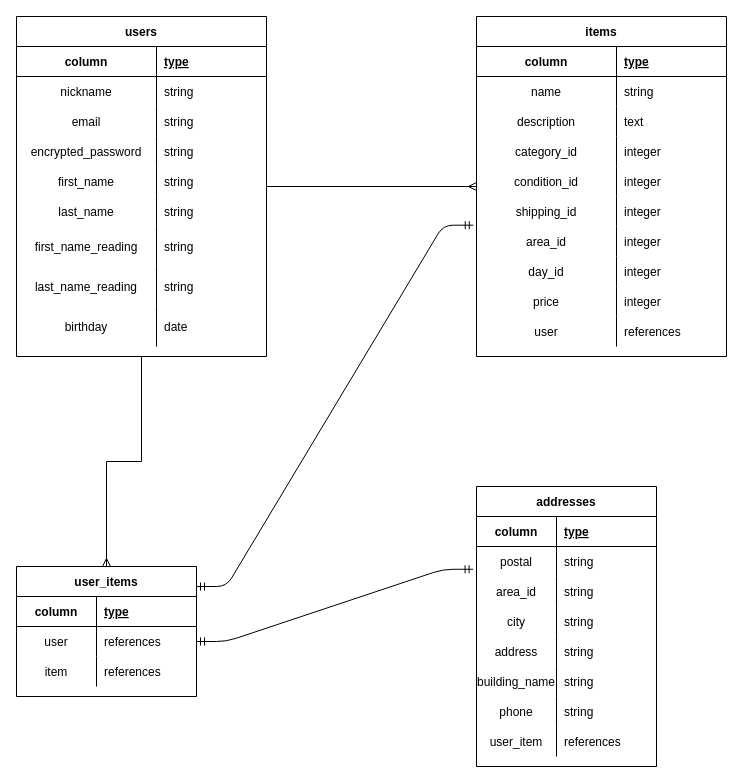
The draw.io diagram test.dio in katsuoisoo/furima-30309, before the edit. Source tidied: cells renumbered, new cells numbered last; positions are measured from the earlier drawing's top-left corner, leaving out a move shared by most shapes. Both pictures are drawn from the tidied source at 100%, with x=0, y=0 at pixel (16, 16).
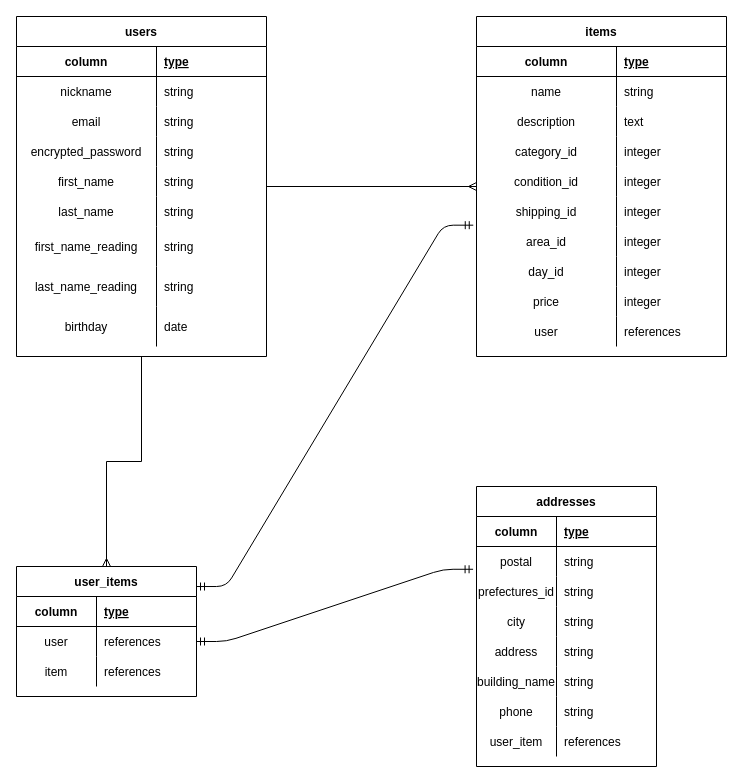
The same page after the edit.

Unchanged cells that the change refers to:
```xml
<mxCell id="80" style="shape=partialRectangle;fillColor=none;top=0;left=0;bottom=0;right=0;" parent="73" vertex="1">
  <mxGeometry y="90" width="180" height="30" as="geometry" />
</mxCell>
```

The edit, as a diff of the source:
```diff
@@
-    <mxCell id="81" value="area_id" style="shape=partialRectangle;fillColor=none;top=0;left=0;bottom=0;right=0;overflow=hidden;" parent="80" vertex="1">
+    <mxCell id="81" value="prefectures_id" style="shape=partialRectangle;fillColor=none;top=0;left=0;bottom=0;right=0;overflow=hidden;" parent="80" vertex="1">
       <mxGeometry width="80" height="30" as="geometry" />
     </mxCell>
```
